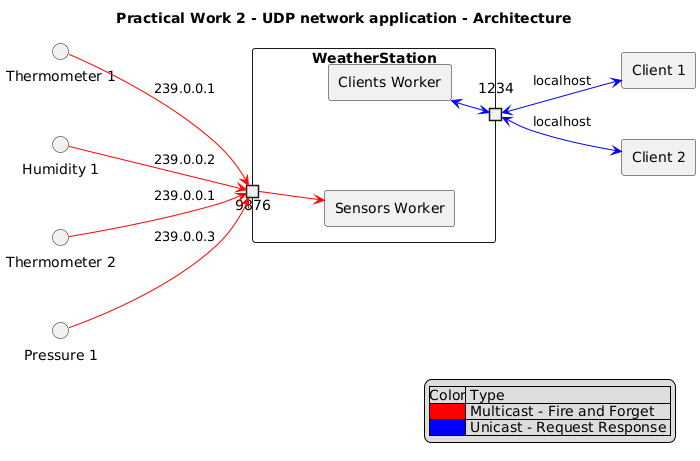
The PlantUML diagram 06.02-practical-work-2-(1-of-6)/01-course-material/images/practical-work-2-udp-network-application-architecture.png in heig-vd-dai-course/heig-vd-dai-course, before a commit. Its source is kept beside it as 06.02-practical-work-2-(1-of-6)/01-course-material/images/practical-work-2-udp-network-application-architecture.plantuml.
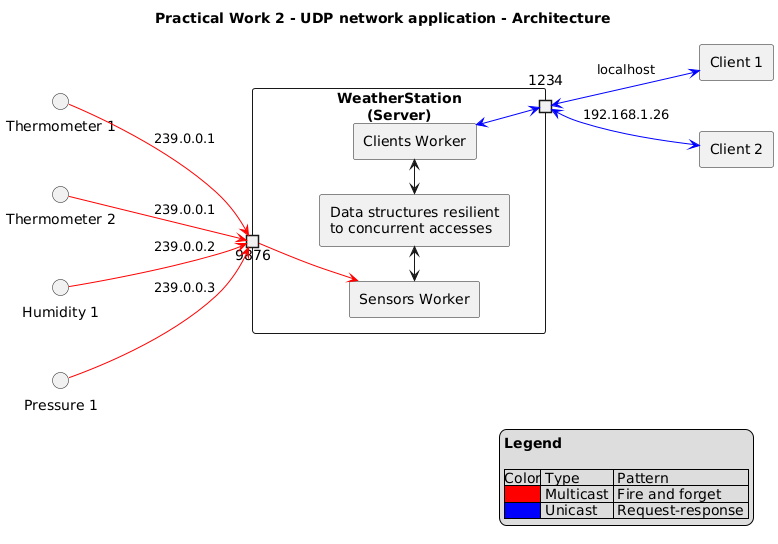
The same file after the commit.

What changed in the source:
```diff
@@ -1,22 +1,34 @@
-@startuml practical-work-3-architecture
+@startuml "practical-work-2-udp-network-application-architecture"
 left to right direction
+
+skinparam boxPadding 20
+skinparam componentPadding 10
 skinparam componentStyle rectangle
-skinparam ComponentPadding 10
-skinparam BoxPadding 20
+skinparam maxMessageSize 300
+skinparam noteTextAlignment center
+skinparam sequenceMessageAlign direction
+skinparam wrapWidth 250
 
-title Practical Work 2 - UDP network application - Architecture
+!pragma teoz true
+
+title "Practical Work 2 - UDP network application - Architecture"
 
 interface "Thermometer 1" as therm1
+interface "Thermometer 2" as therm2
 interface "Humidity 1" as hum1
-interface "Thermometer 2" as therm2
 interface "Pressure 1" as press1
 
-component WeatherStation as ws {
+component "WeatherStation\n(Server)" as ws {
     portin 9876
     portout 1234
 
     component "Sensors Worker" as sensorsWorker
     component "Clients Worker" as clientsWorker
+
+    component "Data structures resilient\nto concurrent accesses" as concurrent
+
+    sensorsWorker <-> concurrent
+    concurrent <-> clientsWorker
 
     9876 -left[#red]-> sensorsWorker
     1234 <-[#blue]-> clientsWorker
@@ -31,11 +43,13 @@
 press1 -[#red]-> 9876 : 239.0.0.3
 
 client1 <-up[#blue]-> 1234 : localhost
-client2 <-up[#blue]-> 1234 : localhost
+client2 <-up[#blue]-> 1234 : 192.168.1.26
 
 legend right
-|Color| Type |
-|<#FF0000>| Multicast - Fire and Forget |
-|<#0000FF>| Unicast - Request Response |
+**Legend**
+
+|Color| Type | Pattern |
+|<#red>| Multicast | Fire and forget |
+|<#blue>| Unicast | Request-response |
 endlegend
 @enduml
```
